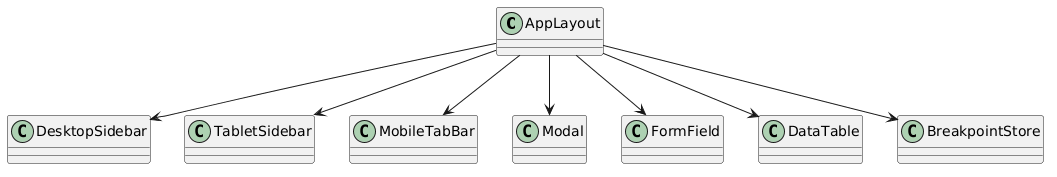
This is docs/detailed-designs/diagrams/rendered/fe_class_layout.png from QuinntyneBrown/LendQ, a PlantUML export, as it was before one commit.
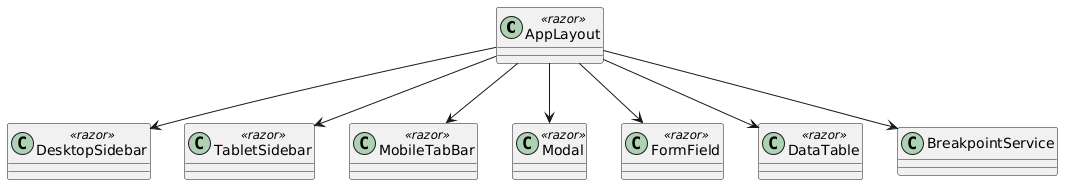
Later version of the same file.

Diff of the diagram source:
```diff
@@ -1,15 +1,15 @@
 @startuml
 skinparam classAttributeIconSize 0
-class AppLayout
-class DesktopSidebar
-class TabletSidebar
-class MobileTabBar
-class Modal
-class FormField
-class DataTable
-class BreakpointStore
+class AppLayout <<razor>>
+class DesktopSidebar <<razor>>
+class TabletSidebar <<razor>>
+class MobileTabBar <<razor>>
+class Modal <<razor>>
+class FormField <<razor>>
+class DataTable <<razor>>
+class BreakpointService
 
-AppLayout --> BreakpointStore
+AppLayout --> BreakpointService
 AppLayout --> DesktopSidebar
 AppLayout --> TabletSidebar
 AppLayout --> MobileTabBar
```
